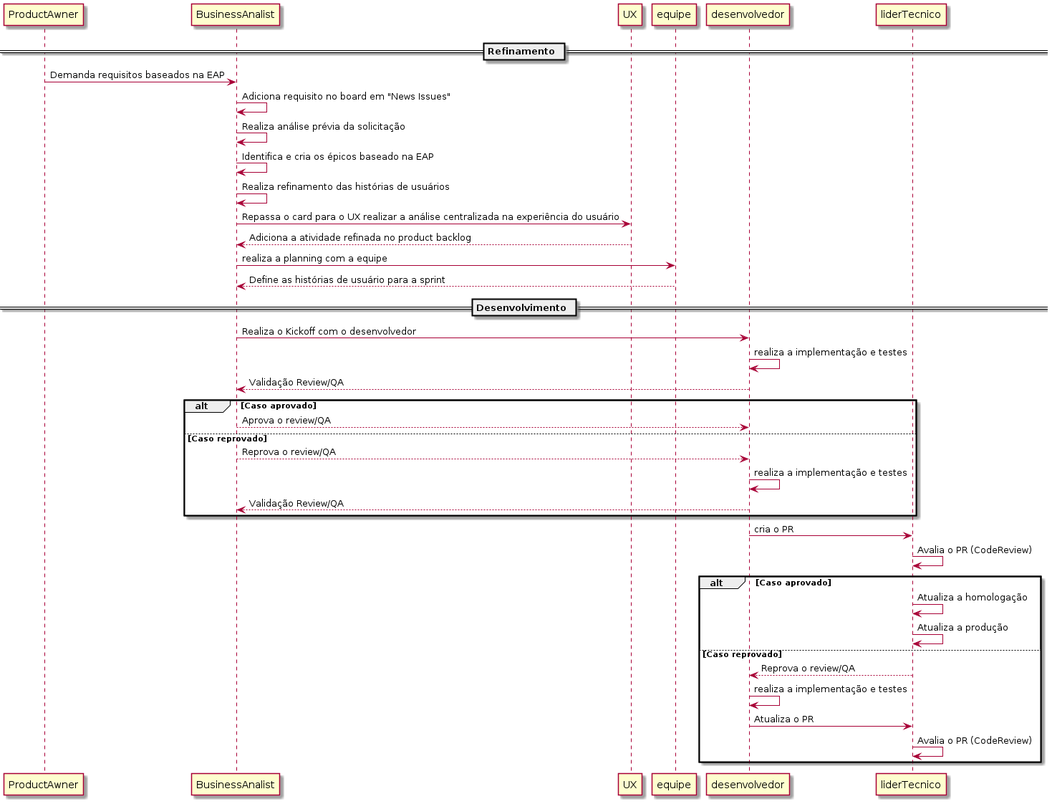
Before: out/produtosperfis/produtosperfis.png, a diagram exported from PlantUML (vicmagpac/processos).
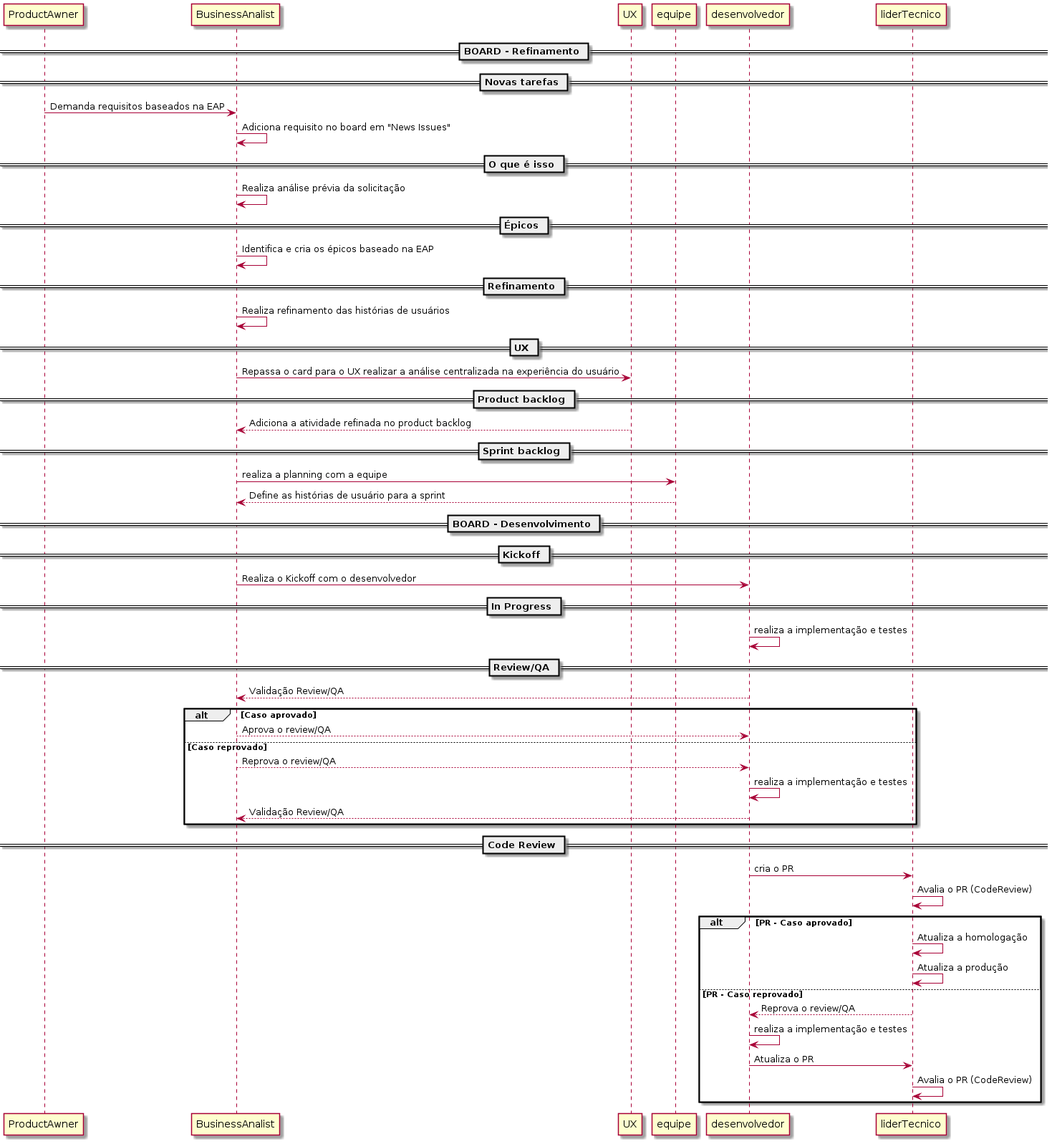
After the change.

Diff of the diagram source:
```diff
@@ -1,18 +1,28 @@
 @startuml
 
-== Refinamento ==
+==  BOARD - Refinamento ==
+== Novas tarefas ==
 ProductAwner -> BusinessAnalist: Demanda requisitos baseados na EAP
 BusinessAnalist -> BusinessAnalist: Adiciona requisito no board em "News Issues"
+== O que é isso ==
 BusinessAnalist -> BusinessAnalist: Realiza análise prévia da solicitação
+== Épicos ==
 BusinessAnalist -> BusinessAnalist: Identifica e cria os épicos baseado na EAP
+== Refinamento ==
 BusinessAnalist -> BusinessAnalist: Realiza refinamento das histórias de usuários
+== UX ==
 BusinessAnalist -> UX: Repassa o card para o UX realizar a análise centralizada na experiência do usuário
+== Product backlog ==
 UX --> BusinessAnalist: Adiciona a atividade refinada no product backlog
+== Sprint backlog ==
 BusinessAnalist -> equipe: realiza a planning com a equipe
 equipe --> BusinessAnalist: Define as histórias de usuário para a sprint
-== Desenvolvimento ==
+== BOARD - Desenvolvimento ==
+== Kickoff ==
 BusinessAnalist -> desenvolvedor: Realiza o Kickoff com o desenvolvedor
+== In Progress ==
 desenvolvedor -> desenvolvedor: realiza a implementação e testes
+== Review/QA ==
 desenvolvedor --> BusinessAnalist: Validação Review/QA
 alt Caso aprovado
  BusinessAnalist --> desenvolvedor: Aprova o review/QA
@@ -21,12 +31,13 @@
  desenvolvedor -> desenvolvedor: realiza a implementação e testes
  desenvolvedor --> BusinessAnalist: Validação Review/QA
 end
+== Code Review ==
 desenvolvedor -> liderTecnico: cria o PR
 liderTecnico -> liderTecnico: Avalia o PR (CodeReview)
-alt Caso aprovado
- liderTecnico -> liderTecnico: Atualiza a homologação
- liderTecnico -> liderTecnico: Atualiza a produção
-else Caso reprovado
+alt PR - Caso aprovado
+  liderTecnico -> liderTecnico: Atualiza a homologação
+  liderTecnico -> liderTecnico: Atualiza a produção
+else PR - Caso reprovado
  liderTecnico --> desenvolvedor: Reprova o review/QA
  desenvolvedor -> desenvolvedor: realiza a implementação e testes
  desenvolvedor -> liderTecnico: Atualiza o PR
```
